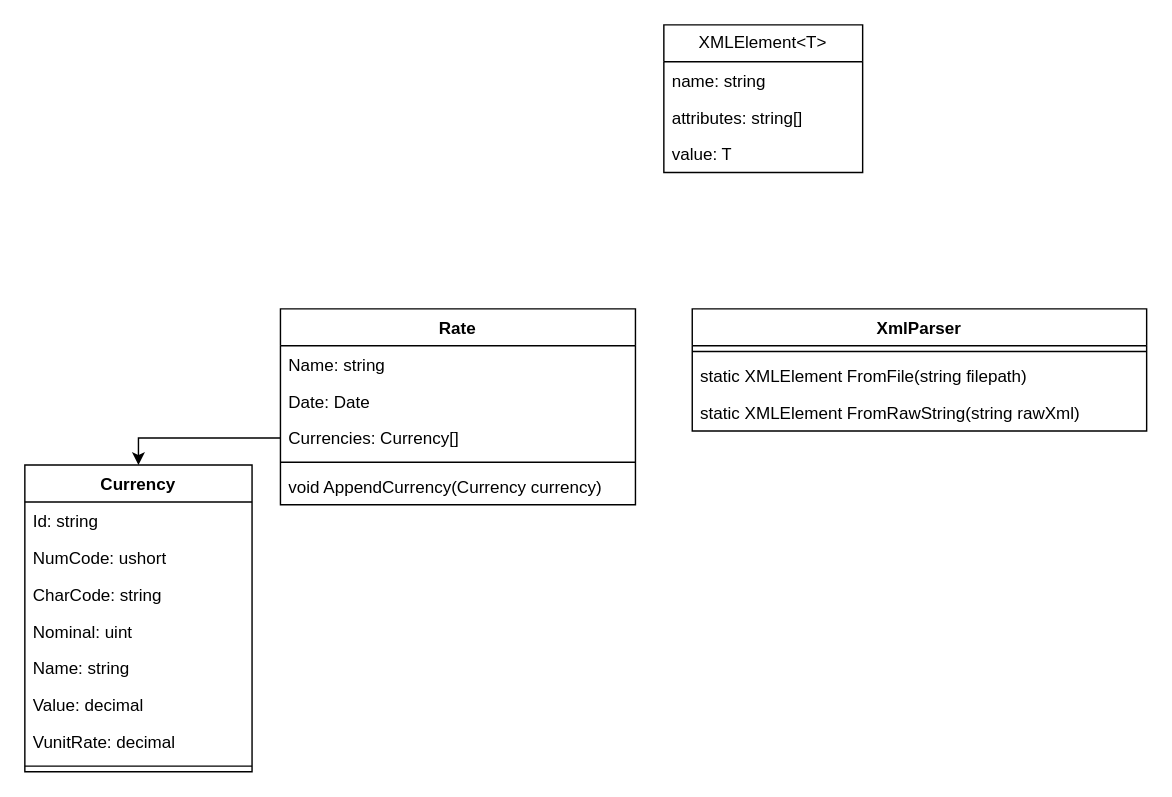
alozhka/TLOnboarding keeps this draw.io diagram as Cbr/docs/CbrArchitecture.drawio. Above is the earlier version. Source tidied: cells renumbered, new cells numbered last; positions are measured from the earlier drawing's top-left corner, leaving out a move shared by most shapes. Both pictures are drawn from the tidied source at 142%, with x=0, y=0 at pixel (24, 24).
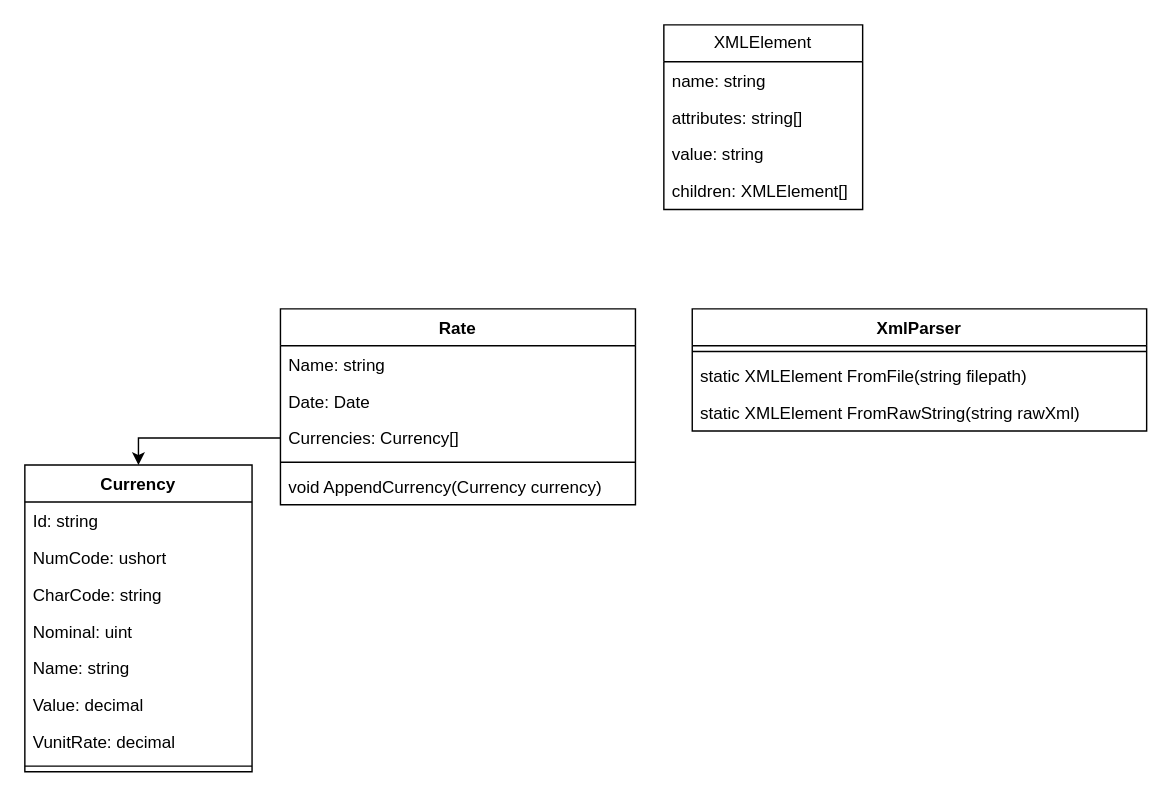
Above is the later version.

The edit, as a diff of the source:
```diff
@@
-    <mxCell id="22" value="XMLElement&amp;lt;T&amp;gt;" style="swimlane;fontStyle=0;horizontal=1;startSize=26;fillColor=none;whiteSpace=wrap;html=1;" parent="1" vertex="1">
-      <mxGeometry x="450" width="140" height="104" as="geometry" />
+    <mxCell id="22" value="XMLElement" style="swimlane;fontStyle=0;horizontal=1;startSize=26;fillColor=none;whiteSpace=wrap;html=1;" parent="1" vertex="1">
+      <mxGeometry x="450" width="140" height="130" as="geometry" />
     </mxCell>
@@
-    <mxCell id="25" value="value: T" style="text;strokeColor=none;fillColor=none;align=left;verticalAlign=top;spacingLeft=4;spacingRight=4;overflow=hidden;whiteSpace=wrap;html=1;" parent="22" vertex="1">
+    <mxCell id="25" value="value: string" style="text;strokeColor=none;fillColor=none;align=left;verticalAlign=top;spacingLeft=4;spacingRight=4;overflow=hidden;whiteSpace=wrap;html=1;" parent="22" vertex="1">
       <mxGeometry y="78" width="140" height="26" as="geometry" />
     </mxCell>
+    <mxCell id="26" value="children: XMLElement[]" style="text;strokeColor=none;fillColor=none;align=left;verticalAlign=top;spacingLeft=4;spacingRight=4;overflow=hidden;whiteSpace=wrap;html=1;" parent="22" vertex="1">
+      <mxGeometry y="104" width="140" height="26" as="geometry" />
+    </mxCell>
```
